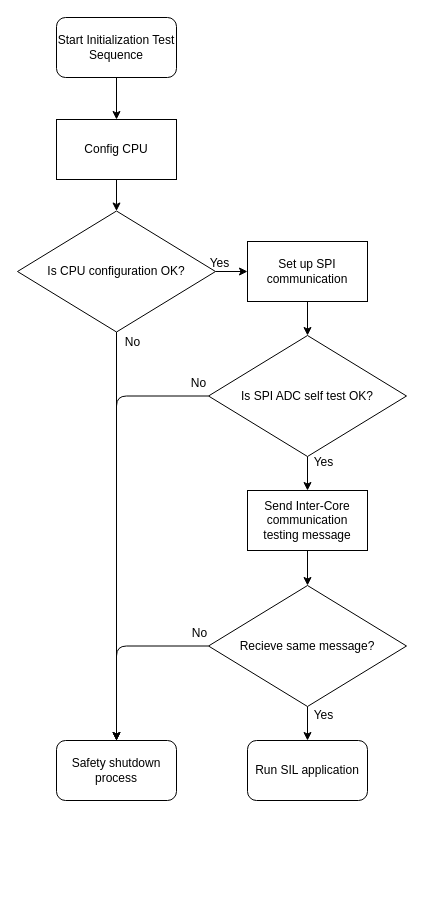
The draw.io diagram schematic/05-sw-flow-initialization-check.drawio in petrkucerak/diplom-thesis, before the edit. Source tidied: cells renumbered, new cells numbered last; positions are measured from the earlier drawing's top-left corner, leaving out a move shared by most shapes. Both pictures are drawn from the tidied source at 100%, with x=0, y=0 at pixel (17, 17).
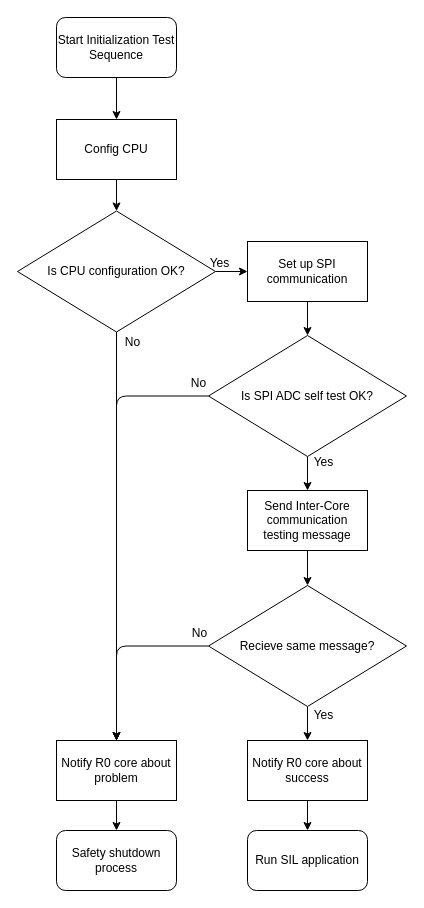
After the change.

The change refers to these unchanged cells:
```xml
<mxCell id="13" value="Is SPI ADC self test OK?" style="rhombus;whiteSpace=wrap;html=1;fontSize=12;" parent="1" vertex="1">
  <mxGeometry x="191" y="318" width="198" height="121" as="geometry" />
</mxCell>
<mxCell id="18" value="&lt;span style=&quot;color: rgb(0, 0, 0);&quot;&gt;Recieve same message?&lt;/span&gt;" style="rhombus;whiteSpace=wrap;html=1;fontSize=12;" parent="1" vertex="1">
  <mxGeometry x="191" y="568" width="198" height="121" as="geometry" />
</mxCell>
<mxCell id="26" value="Is CPU configuration OK?" style="rhombus;whiteSpace=wrap;html=1;fontSize=12;" parent="1" vertex="1">
  <mxGeometry y="193.5" width="198" height="121" as="geometry" />
</mxCell>
```

What changed in the source:
```diff
@@
     <mxCell id="8" value="Run SIL application" style="rounded=1;whiteSpace=wrap;html=1;fontSize=12;" parent="1" vertex="1">
-      <mxGeometry x="230" y="723" width="120" height="60" as="geometry" />
+      <mxGeometry x="230" y="813" width="120" height="60" as="geometry" />
     </mxCell>
@@
-    <mxCell id="11" style="edgeStyle=orthogonalEdgeStyle;html=1;exitX=0;exitY=0.5;exitDx=0;exitDy=0;fontSize=12;entryX=0.5;entryY=0;entryDx=0;entryDy=0;" parent="1" edge="1" source="13" target="19">
+    <mxCell id="11" style="edgeStyle=orthogonalEdgeStyle;html=1;exitX=0;exitY=0.5;exitDx=0;exitDy=0;fontSize=12;" parent="1" edge="1" source="13" target="28">
       <mxGeometry relative="1" as="geometry" />
     </mxCell>
@@
-    <mxCell id="14" style="edgeStyle=none;html=1;exitX=0.5;exitY=1;exitDx=0;exitDy=0;fontSize=12;" parent="1" edge="1" source="18" target="8">
+    <mxCell id="14" style="edgeStyle=none;html=1;exitX=0.5;exitY=1;exitDx=0;exitDy=0;fontSize=12;entryX=0.5;entryY=0;entryDx=0;entryDy=0;" parent="1" edge="1" source="18" target="30">
       <mxGeometry relative="1" as="geometry" />
     </mxCell>
@@
-    <mxCell id="16" style="edgeStyle=orthogonalEdgeStyle;html=1;exitX=0;exitY=0.5;exitDx=0;exitDy=0;fontSize=12;entryX=0.5;entryY=0;entryDx=0;entryDy=0;" parent="1" edge="1" source="18" target="19">
+    <mxCell id="16" style="edgeStyle=orthogonalEdgeStyle;html=1;exitX=0;exitY=0.5;exitDx=0;exitDy=0;fontSize=12;" parent="1" edge="1" source="18" target="28">
       <mxGeometry relative="1" as="geometry" />
     </mxCell>
@@
     <mxCell id="19" value="Safety shutdown process" style="rounded=1;whiteSpace=wrap;html=1;fontSize=12;" parent="1" vertex="1">
-      <mxGeometry x="39" y="723" width="120" height="60" as="geometry" />
+      <mxGeometry x="39" y="813" width="120" height="60" as="geometry" />
     </mxCell>
@@
-    <mxCell id="22" style="edgeStyle=none;html=1;entryX=0.5;entryY=0;entryDx=0;entryDy=0;" parent="1" edge="1" source="26" target="19">
+    <mxCell id="22" style="edgeStyle=none;html=1;entryX=0.5;entryY=0;entryDx=0;entryDy=0;" parent="1" edge="1" source="26" target="28">
       <mxGeometry relative="1" as="geometry" />
     </mxCell>
@@
+    <mxCell id="27" style="edgeStyle=none;html=1;exitX=0.5;exitY=1;exitDx=0;exitDy=0;" parent="1" edge="1" source="28" target="19">
+      <mxGeometry relative="1" as="geometry" />
+    </mxCell>
+    <mxCell id="28" value="Notify R0 core about problem" style="rounded=0;whiteSpace=wrap;html=1;fontSize=12;" parent="1" vertex="1">
+      <mxGeometry x="39" y="723" width="120" height="60" as="geometry" />
+    </mxCell>
+    <mxCell id="29" style="edgeStyle=none;html=1;exitX=0.5;exitY=1;exitDx=0;exitDy=0;" parent="1" edge="1" source="30" target="8">
+      <mxGeometry relative="1" as="geometry" />
+    </mxCell>
+    <mxCell id="30" value="Notify R0 core about success" style="rounded=0;whiteSpace=wrap;html=1;fontSize=12;" parent="1" vertex="1">
+      <mxGeometry x="230" y="723" width="120" height="60" as="geometry" />
+    </mxCell>
```
